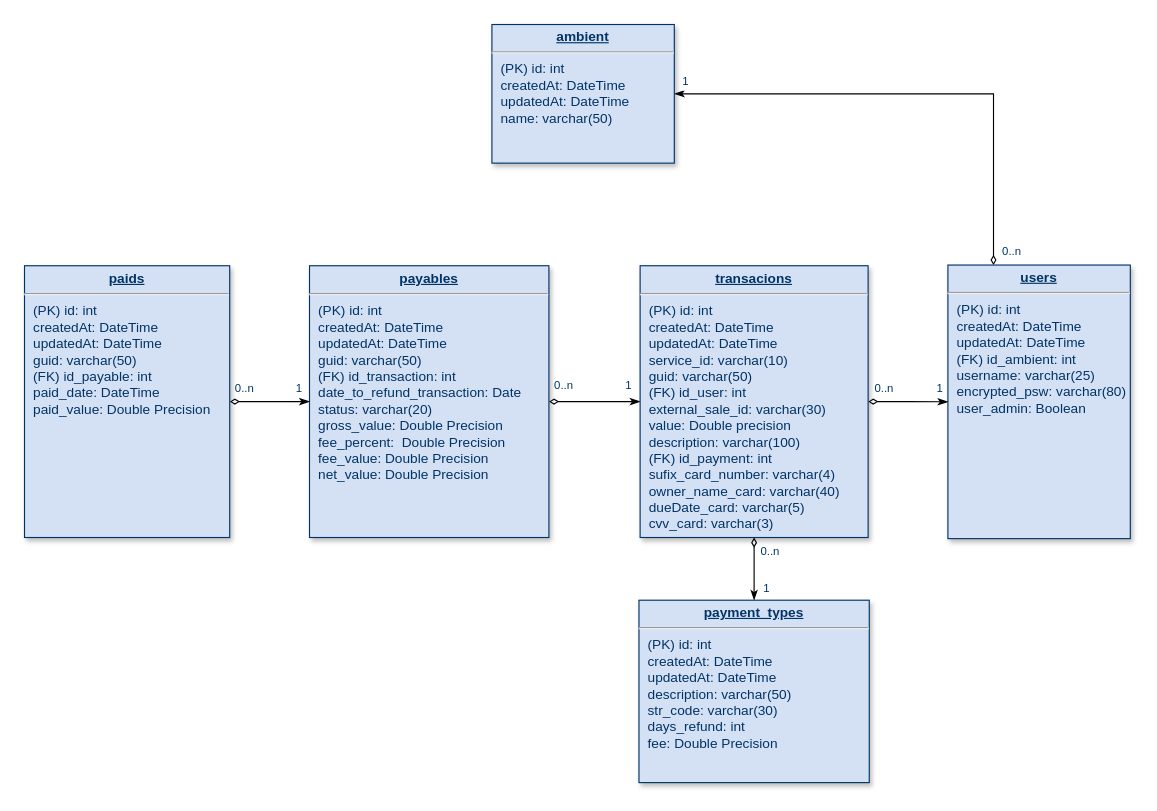
Earlier version of the draw.io diagram src/database/DIAGRAM_PostgreSQL.drawio (GuilhermeSantanaAndrade/PaymentServiceProvider). Source tidied: cells renumbered, new cells numbered last; positions are measured from the earlier drawing's top-left corner, leaving out a move shared by most shapes. Both pictures are drawn from the tidied source at 114%, with x=0, y=0 at pixel (24, 24).
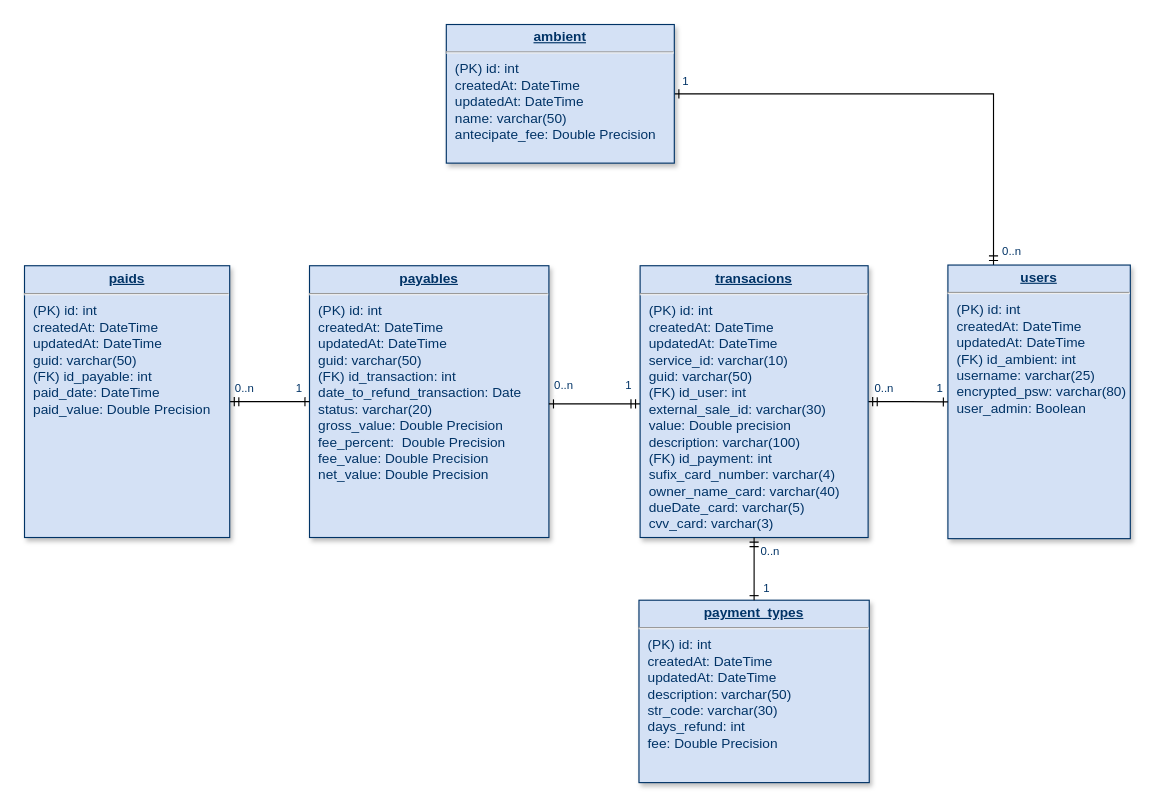
The same page after the edit.

The change refers to these unchanged cells:
```xml
<mxCell id="3" value="&lt;p style=&quot;margin: 0px ; margin-top: 4px ; text-align: center ; text-decoration: underline&quot;&gt;&lt;strong&gt;users&lt;/strong&gt;&lt;/p&gt;&lt;hr&gt;&lt;p style=&quot;margin: 0px ; margin-left: 8px&quot;&gt;(PK) id: int&lt;br&gt;&lt;/p&gt;&lt;p style=&quot;margin: 0px 0px 0px 8px&quot;&gt;createdAt: DateTime&lt;/p&gt;&lt;p style=&quot;margin: 0px 0px 0px 8px&quot;&gt;updatedAt: DateTime&lt;/p&gt;&lt;p style=&quot;margin: 0px ; margin-left: 8px&quot;&gt;(FK) id_ambient: int&lt;/p&gt;&lt;p style=&quot;margin: 0px ; margin-left: 8px&quot;&gt;username: varchar(25)&lt;/p&gt;&lt;p style=&quot;margin: 0px ; margin-left: 8px&quot;&gt;encrypted_psw: varchar(80)&lt;/p&gt;&lt;p style=&quot;margin: 0px ; margin-left: 8px&quot;&gt;user_admin: Boolean&lt;/p&gt;" style="verticalAlign=top;align=left;overflow=fill;fontSize=12;fontFamily=Helvetica;html=1;strokeColor=#003366;shadow=1;fillColor=#D4E1F5;fontColor=#003366;" parent="1" vertex="1">
  <mxGeometry x="810" y="211" width="160" height="240" as="geometry" />
</mxCell>
<mxCell id="4" value="&lt;p style=&quot;margin: 0px ; margin-top: 4px ; text-align: center ; text-decoration: underline&quot;&gt;&lt;strong&gt;payment_types&lt;/strong&gt;&lt;/p&gt;&lt;hr&gt;&lt;p style=&quot;margin: 0px ; margin-left: 8px&quot;&gt;(PK) id: int&lt;/p&gt;&lt;p style=&quot;margin: 0px 0px 0px 8px&quot;&gt;createdAt: DateTime&lt;/p&gt;&lt;p style=&quot;margin: 0px 0px 0px 8px&quot;&gt;updatedAt: DateTime&lt;/p&gt;&lt;p style=&quot;margin: 0px 0px 0px 8px&quot;&gt;description: varchar(50)&lt;/p&gt;&lt;p style=&quot;margin: 0px 0px 0px 8px&quot;&gt;str_code: varchar(30)&lt;/p&gt;&lt;p style=&quot;margin: 0px 0px 0px 8px&quot;&gt;days_refund: int&lt;/p&gt;&lt;p style=&quot;margin: 0px ; margin-left: 8px&quot;&gt;fee: Double Precision&lt;/p&gt;" style="verticalAlign=top;align=left;overflow=fill;fontSize=12;fontFamily=Helvetica;html=1;strokeColor=#003366;shadow=1;fillColor=#D4E1F5;fontColor=#003366;" parent="1" vertex="1">
  <mxGeometry x="539" y="505" width="202" height="160" as="geometry" />
</mxCell>
<mxCell id="6" value="&lt;p style=&quot;margin: 0px ; margin-top: 4px ; text-align: center ; text-decoration: underline&quot;&gt;&lt;strong&gt;payables&lt;/strong&gt;&lt;/p&gt;&lt;hr&gt;&lt;p style=&quot;margin: 0px ; margin-left: 8px&quot;&gt;(PK) id: int&lt;/p&gt;&lt;p style=&quot;margin: 0px 0px 0px 8px&quot;&gt;createdAt: DateTime&lt;/p&gt;&lt;p style=&quot;margin: 0px 0px 0px 8px&quot;&gt;updatedAt: DateTime&lt;/p&gt;&lt;p style=&quot;margin: 0px 0px 0px 8px&quot;&gt;guid: varchar(50)&lt;/p&gt;&lt;p style=&quot;margin: 0px ; margin-left: 8px&quot;&gt;(FK) id_transaction:&lt;span&gt;&amp;nbsp;int&lt;/span&gt;&lt;/p&gt;&lt;p style=&quot;margin: 0px ; margin-left: 8px&quot;&gt;&lt;span&gt;date_to_refund_transaction: Date&lt;/span&gt;&lt;/p&gt;&lt;p style=&quot;margin: 0px ; margin-left: 8px&quot;&gt;&lt;span&gt;status: varchar(20)&lt;/span&gt;&lt;/p&gt;&lt;p style=&quot;margin: 0px ; margin-left: 8px&quot;&gt;&lt;span&gt;gross_value: Double Precision&lt;/span&gt;&lt;/p&gt;&lt;p style=&quot;margin: 0px ; margin-left: 8px&quot;&gt;&lt;span&gt;fee_percent:&amp;nbsp; Double Precision&lt;/span&gt;&lt;/p&gt;&lt;p style=&quot;margin: 0px ; margin-left: 8px&quot;&gt;&lt;span&gt;fee_value: Double Precision&lt;/span&gt;&lt;/p&gt;&lt;p style=&quot;margin: 0px ; margin-left: 8px&quot;&gt;&lt;span&gt;net_value: Double Precision&lt;/span&gt;&lt;/p&gt;&lt;p style=&quot;margin: 0px ; margin-left: 8px&quot;&gt;&lt;br&gt;&lt;/p&gt;&lt;p style=&quot;margin: 0px ; margin-left: 8px&quot;&gt;&lt;br&gt;&lt;/p&gt;" style="verticalAlign=top;align=left;overflow=fill;fontSize=12;fontFamily=Helvetica;html=1;strokeColor=#003366;shadow=1;fillColor=#D4E1F5;fontColor=#003366;" parent="1" vertex="1">
  <mxGeometry x="250" y="211.6" width="210" height="238.4" as="geometry" />
</mxCell>
<mxCell id="8" value="&lt;p style=&quot;margin: 0px ; margin-top: 4px ; text-align: center ; text-decoration: underline&quot;&gt;&lt;b&gt;transacions&lt;/b&gt;&lt;/p&gt;&lt;hr&gt;&lt;p style=&quot;margin: 0px ; margin-left: 8px&quot;&gt;(PK) id: int&lt;/p&gt;&lt;p style=&quot;margin: 0px 0px 0px 8px&quot;&gt;createdAt: DateTime&lt;/p&gt;&lt;p style=&quot;margin: 0px 0px 0px 8px&quot;&gt;updatedAt: DateTime&lt;/p&gt;&lt;p style=&quot;margin: 0px ; margin-left: 8px&quot;&gt;service_id: varchar(10)&lt;/p&gt;&lt;p style=&quot;margin: 0px ; margin-left: 8px&quot;&gt;guid: varchar(50)&lt;br&gt;&lt;/p&gt;&lt;p style=&quot;margin: 0px ; margin-left: 8px&quot;&gt;(FK) id_user&lt;span&gt;: int&lt;/span&gt;&lt;/p&gt;&lt;p style=&quot;margin: 0px ; margin-left: 8px&quot;&gt;external_sale_id: varchar(30)&lt;/p&gt;&lt;p style=&quot;margin: 0px ; margin-left: 8px&quot;&gt;value: Double precision&lt;/p&gt;&lt;p style=&quot;margin: 0px ; margin-left: 8px&quot;&gt;description: varchar(100)&lt;/p&gt;&lt;p style=&quot;margin: 0px ; margin-left: 8px&quot;&gt;(FK) id_payment&lt;span&gt;: int&lt;/span&gt;&lt;/p&gt;&lt;p style=&quot;margin: 0px ; margin-left: 8px&quot;&gt;sufix_card_number: varchar(4&lt;span&gt;)&lt;/span&gt;&lt;/p&gt;&lt;p style=&quot;margin: 0px ; margin-left: 8px&quot;&gt;&lt;span&gt;owner_name_card: varchar(40)&lt;/span&gt;&lt;/p&gt;&lt;p style=&quot;margin: 0px ; margin-left: 8px&quot;&gt;&lt;span&gt;dueDate_card: varchar(5)&lt;/span&gt;&lt;/p&gt;&lt;p style=&quot;margin: 0px ; margin-left: 8px&quot;&gt;&lt;span&gt;cvv_card: varchar(3)&lt;/span&gt;&lt;/p&gt;&lt;p style=&quot;margin: 0px ; margin-left: 8px&quot;&gt;&lt;span&gt;&lt;br&gt;&lt;/span&gt;&lt;/p&gt;&lt;p style=&quot;margin: 0px ; margin-left: 8px&quot;&gt;&lt;span&gt;&lt;br&gt;&lt;/span&gt;&lt;/p&gt;&lt;p style=&quot;margin: 0px ; margin-left: 8px&quot;&gt;&lt;br&gt;&lt;/p&gt;&lt;p style=&quot;margin: 0px ; margin-left: 8px&quot;&gt;&lt;br&gt;&lt;/p&gt;" style="verticalAlign=top;align=left;overflow=fill;fontSize=12;fontFamily=Helvetica;html=1;strokeColor=#003366;shadow=1;fillColor=#D4E1F5;fontColor=#003366;" parent="1" vertex="1">
  <mxGeometry x="540" y="211.6" width="200" height="238.4" as="geometry" />
</mxCell>
<mxCell id="15" value="&lt;p style=&quot;margin: 0px ; margin-top: 4px ; text-align: center ; text-decoration: underline&quot;&gt;&lt;strong&gt;paids&lt;/strong&gt;&lt;/p&gt;&lt;hr&gt;&lt;p style=&quot;margin: 0px ; margin-left: 8px&quot;&gt;(PK) id: int&lt;/p&gt;&lt;p style=&quot;margin: 0px 0px 0px 8px&quot;&gt;createdAt: DateTime&lt;/p&gt;&lt;p style=&quot;margin: 0px 0px 0px 8px&quot;&gt;updatedAt: DateTime&lt;/p&gt;&lt;p style=&quot;margin: 0px 0px 0px 8px&quot;&gt;guid: varchar(50)&lt;br&gt;&lt;/p&gt;&lt;p style=&quot;margin: 0px 0px 0px 8px&quot;&gt;(FK) id_payable: int&lt;/p&gt;&lt;p style=&quot;margin: 0px 0px 0px 8px&quot;&gt;paid_date: DateTime&lt;/p&gt;&lt;p style=&quot;margin: 0px 0px 0px 8px&quot;&gt;paid_value: Double Precision&lt;/p&gt;&lt;p style=&quot;margin: 0px 0px 0px 8px&quot;&gt;&lt;span style=&quot;color: rgba(0 , 0 , 0 , 0) ; font-family: monospace ; font-size: 0px&quot;&gt;(F%3CmxGraphModel%3E%3Croot%3E%3CmxCell%20id%3D%220%22%2F%3E%3CmxCell%20id%3D%221%22%20parent%3D%220%22%2F%3E%3CmxCell%20id%3D%222%22%20value%3D%220..n%22%20style%3D%22resizable%3D0%3Balign%3Dleft%3BverticalAlign%3Dtop%3BlabelBackgroundColor%3D%23ffffff%3BfontSize%3D10%3BstrokeColor%3D%23003366%3Bshadow%3D1%3BfillColor%3D%23D4E1F5%3BfontColor%3D%23003366%22%20connectable%3D%220%22%20vertex%3D%221%22%20parent%3D%221%22%3E%3CmxGeometry%20x%3D%22233.9999999999999%22%20y%3D%22114.57539999999995%22%20as%3D%22geometry%22%3E%3CmxPoint%20x%3D%2210%22%20as%3D%22offset%22%2F%3E%3C%2FmxGeometry%3E%3C%2FmxCell%3E%3C%2Froot%3E%3C%2FmxGraphModel%3E&lt;/span&gt;&lt;br&gt;&lt;/p&gt;" style="verticalAlign=top;align=left;overflow=fill;fontSize=12;fontFamily=Helvetica;html=1;strokeColor=#003366;shadow=1;fillColor=#D4E1F5;fontColor=#003366;" parent="1" vertex="1">
  <mxGeometry y="211.6" width="180" height="238.4" as="geometry" />
</mxCell>
```

The edit, as a diff of the source:
```diff
@@
-    <mxCell id="2" style="edgeStyle=orthogonalEdgeStyle;rounded=0;jettySize=auto;html=1;exitX=0.25;exitY=0;exitDx=0;exitDy=0;entryX=1;entryY=0.5;entryDx=0;entryDy=0;startArrow=diamondThin;startFill=0;startSize=6;endArrow=classicThin;endFill=1;endSize=6;" parent="1" edge="1" source="3" target="18">
+    <mxCell id="2" style="edgeStyle=orthogonalEdgeStyle;rounded=0;jettySize=auto;html=1;exitX=0.25;exitY=0;exitDx=0;exitDy=0;entryX=1;entryY=0.5;entryDx=0;entryDy=0;startArrow=ERmandOne;startFill=0;startSize=6;endArrow=ERone;endFill=0;endSize=6;" parent="1" edge="1" source="3" target="18">
       <mxGeometry relative="1" as="geometry" />
     </mxCell>
@@
-    <mxCell id="5" style="edgeStyle=orthogonalEdgeStyle;rounded=0;jettySize=auto;html=1;startArrow=diamondThin;startFill=0;startSize=6;endArrow=classicThin;endFill=1;endSize=6;" parent="1" edge="1" source="6" target="8">
-      <mxGeometry relative="1" as="geometry" />
-    </mxCell>
@@
-    <mxCell id="7" style="edgeStyle=orthogonalEdgeStyle;rounded=0;jettySize=auto;html=1;endArrow=classicThin;endFill=1;startArrow=diamondThin;startFill=0;exitX=1;exitY=0.5;exitDx=0;exitDy=0;" parent="1" edge="1" source="8" target="3">
+    <mxCell id="7" style="edgeStyle=orthogonalEdgeStyle;rounded=0;jettySize=auto;html=1;endArrow=ERone;endFill=0;startArrow=ERmandOne;startFill=0;exitX=1;exitY=0.5;exitDx=0;exitDy=0;" parent="1" edge="1" source="8" target="3">
       <mxGeometry relative="1" as="geometry" />
     </mxCell>
+    <mxCell id="23" style="edgeStyle=orthogonalEdgeStyle;rounded=0;orthogonalLoop=1;jettySize=auto;html=1;startArrow=ERmandOne;startFill=0;endArrow=ERone;endFill=0;" parent="1" edge="1">
+      <mxGeometry relative="1" as="geometry">
+        <mxPoint x="540" y="332.8" as="sourcePoint" />
+        <mxPoint x="460" y="332.8" as="targetPoint" />
+      </mxGeometry>
+    </mxCell>
@@
-    <mxCell id="9" style="endArrow=classicThin;endSize=6;startArrow=diamondThin;startSize=6;startFill=0;edgeStyle=orthogonalEdgeStyle;exitX=0.5;exitY=1;exitDx=0;exitDy=0;endFill=1;" parent="1" edge="1" source="8" target="4">
+    <mxCell id="9" style="endArrow=ERone;endSize=6;startArrow=ERmandOne;startSize=6;startFill=0;edgeStyle=orthogonalEdgeStyle;exitX=0.5;exitY=1;exitDx=0;exitDy=0;endFill=0;" parent="1" edge="1" source="8" target="4">
       <mxGeometry x="620" y="340" as="geometry" />
     </mxCell>
@@
-    <mxCell id="14" style="edgeStyle=orthogonalEdgeStyle;rounded=0;jettySize=auto;html=1;startArrow=diamondThin;startFill=0;startSize=6;endArrow=classicThin;endFill=1;endSize=6;" parent="1" edge="1" source="15" target="6">
+    <mxCell id="14" style="edgeStyle=orthogonalEdgeStyle;rounded=0;jettySize=auto;html=1;startArrow=ERmandOne;startFill=0;startSize=6;endArrow=ERone;endFill=0;endSize=6;" parent="1" edge="1" source="15" target="6">
       <mxGeometry relative="1" as="geometry" />
     </mxCell>
@@
-    <mxCell id="18" value="&lt;p style=&quot;margin: 0px ; margin-top: 4px ; text-align: center ; text-decoration: underline&quot;&gt;&lt;strong&gt;ambient&lt;/strong&gt;&lt;/p&gt;&lt;hr&gt;&lt;p style=&quot;margin: 0px ; margin-left: 8px&quot;&gt;(PK) id: int&lt;br&gt;createdAt: DateTime&lt;/p&gt;&lt;p style=&quot;margin: 0px ; margin-left: 8px&quot;&gt;updatedAt: DateTime&lt;/p&gt;&lt;p style=&quot;margin: 0px ; margin-left: 8px&quot;&gt;name: varchar(50)&lt;/p&gt;" style="verticalAlign=top;align=left;overflow=fill;fontSize=12;fontFamily=Helvetica;html=1;strokeColor=#003366;shadow=1;fillColor=#D4E1F5;fontColor=#003366;" parent="1" vertex="1">
-      <mxGeometry x="410" width="160" height="121.6" as="geometry" />
+    <mxCell id="18" value="&lt;p style=&quot;margin: 0px ; margin-top: 4px ; text-align: center ; text-decoration: underline&quot;&gt;&lt;strong&gt;ambient&lt;/strong&gt;&lt;/p&gt;&lt;hr&gt;&lt;p style=&quot;margin: 0px ; margin-left: 8px&quot;&gt;(PK) id: int&lt;br&gt;createdAt: DateTime&lt;/p&gt;&lt;p style=&quot;margin: 0px ; margin-left: 8px&quot;&gt;updatedAt: DateTime&lt;/p&gt;&lt;p style=&quot;margin: 0px ; margin-left: 8px&quot;&gt;name: varchar(50)&lt;/p&gt;&lt;p style=&quot;margin: 0px ; margin-left: 8px&quot;&gt;antecipate_fee: Double Precision&lt;/p&gt;" style="verticalAlign=top;align=left;overflow=fill;fontSize=12;fontFamily=Helvetica;html=1;strokeColor=#003366;shadow=1;fillColor=#D4E1F5;fontColor=#003366;" parent="1" vertex="1">
+      <mxGeometry x="370" width="200" height="121.6" as="geometry" />
     </mxCell>
```
